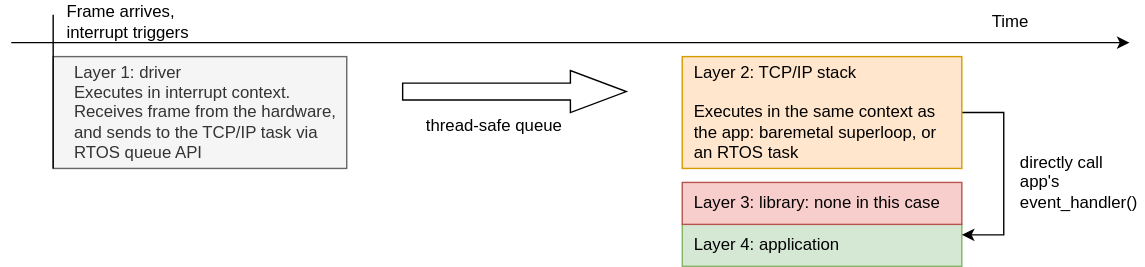
Before: media/raw.svg, a diagram exported from draw.io (cpq/embedded-network-programming-guide). Source tidied: cells renumbered, new cells last; positions are measured from the earlier drawing's top-left corner, leaving out a move shared by most shapes.
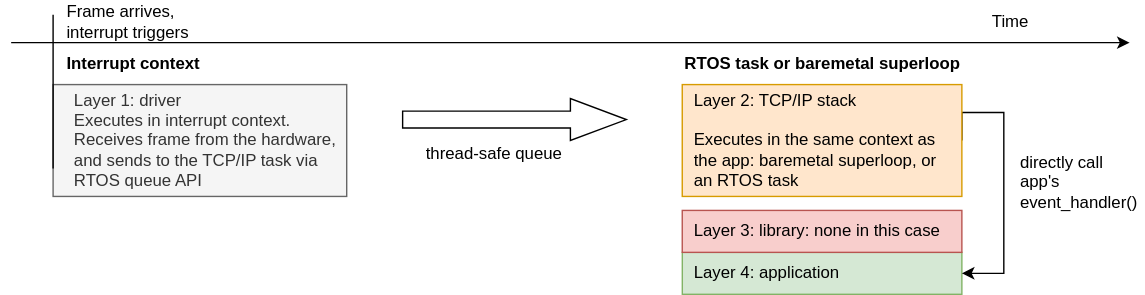
Later version of the same file.

The edit, as a diff of the source:
```diff
@@ -8,11 +8,12 @@
     <mxCell id="3" value="&amp;nbsp; Layer 3: library: none in this case" style="rounded=0;whiteSpace=wrap;html=1;fillColor=#f8cecc;strokeColor=#b85450;align=left;" parent="1" vertex="1">
       <mxGeometry x="480" y="130" width="200" height="30" as="geometry" />
     </mxCell>
-    <mxCell id="4" style="edgeStyle=orthogonalEdgeStyle;rounded=0;jettySize=auto;html=1;exitX=1;exitY=0.5;exitDx=0;exitDy=0;entryX=1;entryY=0.25;entryDx=0;entryDy=0;" parent="1" edge="1" source="5" target="2">
+    <mxCell id="4" style="edgeStyle=orthogonalEdgeStyle;rounded=0;jettySize=auto;html=1;exitX=1;exitY=0.5;exitDx=0;exitDy=0;entryX=1;entryY=0.5;entryDx=0;entryDy=0;" parent="1" edge="1" source="5" target="2">
       <mxGeometry relative="1" as="geometry">
         <Array as="points">
-          <mxPoint x="710" y="80" />
-          <mxPoint x="710" y="168" />
+          <mxPoint x="680" y="60" />
+          <mxPoint x="710" y="60" />
+          <mxPoint x="710" y="175" />
         </Array>
       </mxGeometry>
     </mxCell>
@@ -23,21 +24,21 @@
       <mxGeometry x="30" y="40" width="210" height="80" as="geometry" />
     </mxCell>
     <mxCell id="7" value="Frame arrives,&amp;nbsp; interrupt triggers" style="text;html=1;strokeColor=none;fillColor=none;align=left;verticalAlign=middle;whiteSpace=wrap;rounded=0;" parent="1" vertex="1">
-      <mxGeometry x="38" width="90" height="30" as="geometry" />
+      <mxGeometry x="38" y="-20" width="90" height="30" as="geometry" />
     </mxCell>
     <mxCell id="8" style="endArrow=classic;html=1;rounded=0;endFill=1;" parent="1" edge="1">
       <mxGeometry relative="1" as="geometry">
-        <mxPoint y="30" as="sourcePoint" />
-        <mxPoint x="800" y="30" as="targetPoint" />
+        <mxPoint y="10" as="sourcePoint" />
+        <mxPoint x="800" y="10" as="targetPoint" />
       </mxGeometry>
     </mxCell>
     <mxCell id="9" value="Time" style="text;html=1;strokeColor=none;fillColor=none;align=center;verticalAlign=middle;whiteSpace=wrap;rounded=0;" parent="1" vertex="1">
-      <mxGeometry x="690" width="50" height="30" as="geometry" />
+      <mxGeometry x="690" y="-20" width="50" height="30" as="geometry" />
     </mxCell>
     <mxCell id="10" style="endArrow=none;html=1;rounded=0;" parent="1" edge="1">
       <mxGeometry relative="1" as="geometry">
-        <mxPoint x="30" y="120" as="sourcePoint" />
-        <mxPoint x="30" y="10" as="targetPoint" />
+        <mxPoint x="30" y="100" as="sourcePoint" />
+        <mxPoint x="30" y="-10" as="targetPoint" />
       </mxGeometry>
     </mxCell>
     <mxCell id="11" style="html=1;shadow=0;dashed=0;align=center;verticalAlign=middle;shape=mxgraph.arrows2.arrow;dy=0.6;dx=40;notch=0;" parent="1" vertex="1">
@@ -47,7 +48,13 @@
       <mxGeometry x="294.5" y="70" width="131" height="40" as="geometry" />
     </mxCell>
     <mxCell id="13" value="directly call app's event_handler()" style="text;html=1;strokeColor=none;fillColor=none;align=left;verticalAlign=middle;whiteSpace=wrap;rounded=0;" parent="1" vertex="1">
-      <mxGeometry x="720" y="100" width="90" height="60" as="geometry" />
+      <mxGeometry x="720" y="80" width="90" height="60" as="geometry" />
     </mxCell>
+    <mxCell id="14" value="RTOS task or baremetal superloop" style="text;html=1;strokeColor=none;fillColor=none;align=left;verticalAlign=middle;whiteSpace=wrap;rounded=0;fontStyle=1;" parent="1" vertex="1">
+      <mxGeometry x="480" y="10" width="210" height="30" as="geometry" />
+    </mxCell>
+    <mxCell id="15" value="Interrupt context" style="text;html=1;strokeColor=none;fillColor=none;align=left;verticalAlign=middle;whiteSpace=wrap;rounded=0;fontStyle=1;" parent="1" vertex="1">
+      <mxGeometry x="38" y="10" width="111" height="30" as="geometry" />
+    </mxCell>
   </root>
 </mxGraphModel>
```
